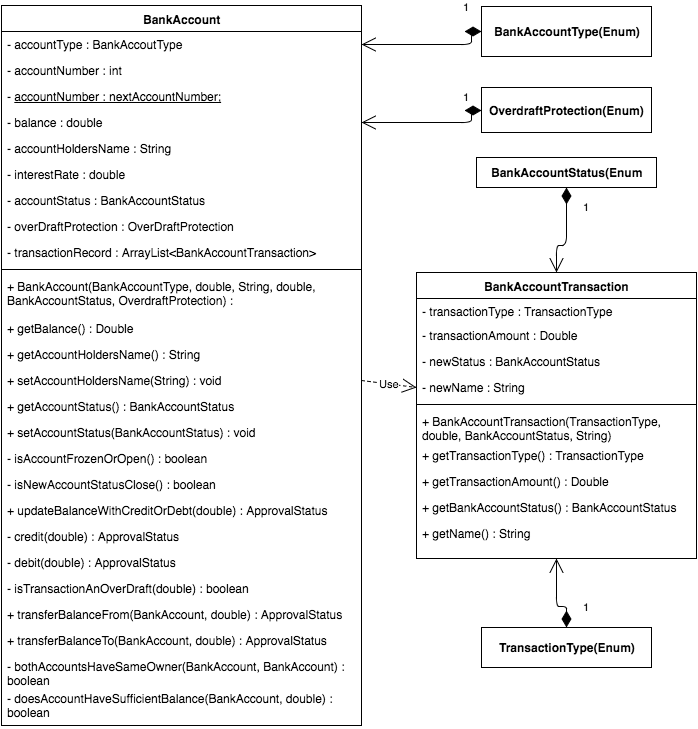
Above: AccessControlLab.png in Zipcoder/CR-MesoLabs-OOP-BankAccountManager (draw.io), before the change. Source tidied: cells renumbered, new cells last; positions are measured from the earlier drawing's top-left corner, leaving out a move shared by most shapes. Its diagram source:
```xml
<mxGraphModel>
  <root>
    <mxCell id="0" />
    <mxCell id="1" parent="0" />
    <mxCell id="2" value="&lt;b&gt;AprovalStatus(Enum)&lt;/b&gt;" style="html=1;" parent="1" vertex="1">
      <mxGeometry x="510" y="418" width="160" height="30" as="geometry" />
    </mxCell>
    <mxCell id="3" value="&lt;b&gt;BankAccountStatus(Enum&lt;/b&gt;" style="html=1;" parent="1" vertex="1">
      <mxGeometry x="475" y="152" width="180" height="30" as="geometry" />
    </mxCell>
    <mxCell id="4" value="&lt;b&gt;BankAccountType(Enum)&lt;/b&gt;" style="html=1;" parent="1" vertex="1">
      <mxGeometry x="480" y="1" width="170" height="50" as="geometry" />
    </mxCell>
    <mxCell id="5" value="&lt;b&gt;TransactionType(Enum)&lt;/b&gt;" style="html=1;" parent="1" vertex="1">
      <mxGeometry x="480" y="622" width="170" height="40" as="geometry" />
    </mxCell>
    <mxCell id="6" value="BankAccountTransaction" style="swimlane;html=1;fontStyle=1;align=center;verticalAlign=top;horizontal=1;startSize=26;swimlaneFillColor=#ffffff;" parent="1" vertex="1">
      <mxGeometry x="415" y="267" width="280" height="286" as="geometry" />
    </mxCell>
    <mxCell id="7" value="- transactionType : TransactionType" style="text;html=1;strokeColor=none;fillColor=none;align=left;verticalAlign=top;spacingLeft=4;spacingRight=4;whiteSpace=wrap;overflow=hidden;" parent="6" vertex="1">
      <mxGeometry y="26" width="280" height="24" as="geometry" />
    </mxCell>
    <mxCell id="8" value="- transactionAmount : Double" style="text;html=1;strokeColor=none;fillColor=none;align=left;verticalAlign=top;spacingLeft=4;spacingRight=4;whiteSpace=wrap;overflow=hidden;" parent="6" vertex="1">
      <mxGeometry y="50" width="280" height="26" as="geometry" />
    </mxCell>
    <mxCell id="9" value="- newStatus : BankAccountStatus" style="text;html=1;strokeColor=none;fillColor=none;align=left;verticalAlign=top;spacingLeft=4;spacingRight=4;whiteSpace=wrap;overflow=hidden;" parent="6" vertex="1">
      <mxGeometry y="76" width="280" height="26" as="geometry" />
    </mxCell>
    <mxCell id="10" value="- newName : String" style="text;html=1;strokeColor=none;fillColor=none;align=left;verticalAlign=top;spacingLeft=4;spacingRight=4;whiteSpace=wrap;overflow=hidden;points=[[0,0.5],[1,0.5]];portConstraint=eastwest;" parent="6" vertex="1">
      <mxGeometry y="102" width="280" height="26" as="geometry" />
    </mxCell>
    <mxCell id="11" style="line;html=1;strokeWidth=1;fillColor=none;align=left;verticalAlign=middle;spacingTop=-1;spacingLeft=3;spacingRight=3;labelPosition=right;" parent="6" vertex="1">
      <mxGeometry y="128" width="280" height="8" as="geometry" />
    </mxCell>
    <mxCell id="12" value="+ BankAccountTransaction(TransactionType, double, BankAccountStatus, String)" style="text;html=1;strokeColor=none;fillColor=none;align=left;verticalAlign=top;spacingLeft=4;spacingRight=4;whiteSpace=wrap;overflow=hidden;" parent="6" vertex="1">
      <mxGeometry y="136" width="280" height="34" as="geometry" />
    </mxCell>
    <mxCell id="13" value="+ getTransactionType() : TransactionType" style="text;html=1;strokeColor=none;fillColor=none;align=left;verticalAlign=top;spacingLeft=4;spacingRight=4;whiteSpace=wrap;overflow=hidden;" parent="6" vertex="1">
      <mxGeometry y="170" width="280" height="26" as="geometry" />
    </mxCell>
    <mxCell id="14" value="+ getTransactionAmount() : Double" style="text;html=1;strokeColor=none;fillColor=none;align=left;verticalAlign=top;spacingLeft=4;spacingRight=4;whiteSpace=wrap;overflow=hidden;" parent="6" vertex="1">
      <mxGeometry y="196" width="280" height="26" as="geometry" />
    </mxCell>
    <mxCell id="15" value="+ getBankAccountStatus() : BankAccountStatus" style="text;html=1;strokeColor=none;fillColor=none;align=left;verticalAlign=top;spacingLeft=4;spacingRight=4;whiteSpace=wrap;overflow=hidden;" parent="6" vertex="1">
      <mxGeometry y="222" width="280" height="26" as="geometry" />
    </mxCell>
    <mxCell id="16" value="+ getName() : String" style="text;html=1;strokeColor=none;fillColor=none;align=left;verticalAlign=top;spacingLeft=4;spacingRight=4;whiteSpace=wrap;overflow=hidden;" parent="6" vertex="1">
      <mxGeometry y="248" width="280" height="26" as="geometry" />
    </mxCell>
    <mxCell id="17" value="&lt;b&gt;OverdraftProtection(Enum)&lt;/b&gt;" style="html=1;" parent="1" vertex="1">
      <mxGeometry x="480" y="82" width="170" height="45" as="geometry" />
    </mxCell>
    <mxCell id="18" value="BankAccount" style="swimlane;html=1;fontStyle=1;align=center;verticalAlign=top;horizontal=1;startSize=26;swimlaneFillColor=#ffffff;" parent="1" vertex="1">
      <mxGeometry width="360" height="720" as="geometry" />
    </mxCell>
    <mxCell id="19" value="- accountType : BankAccoutType" style="text;html=1;strokeColor=none;fillColor=none;align=left;verticalAlign=top;spacingLeft=4;spacingRight=4;whiteSpace=wrap;overflow=hidden;points=[[0,0.5],[1,0.5]];portConstraint=eastwest;" parent="18" vertex="1">
      <mxGeometry y="26" width="360" height="26" as="geometry" />
    </mxCell>
    <mxCell id="20" value="- accountNumber : int" style="text;html=1;strokeColor=none;fillColor=none;align=left;verticalAlign=top;spacingLeft=4;spacingRight=4;whiteSpace=wrap;overflow=hidden;" parent="18" vertex="1">
      <mxGeometry y="52" width="360" height="26" as="geometry" />
    </mxCell>
    <mxCell id="21" value="- &lt;u&gt;accountNumber : nextAccountNumber;&lt;/u&gt;&lt;div&gt;&lt;u&gt;&lt;br&gt;&lt;/u&gt;&lt;/div&gt;" style="text;html=1;strokeColor=none;fillColor=none;align=left;verticalAlign=top;spacingLeft=4;spacingRight=4;whiteSpace=wrap;overflow=hidden;" parent="18" vertex="1">
      <mxGeometry y="78" width="360" height="26" as="geometry" />
    </mxCell>
    <mxCell id="22" value="- balance : double" style="text;html=1;strokeColor=none;fillColor=none;align=left;verticalAlign=top;spacingLeft=4;spacingRight=4;whiteSpace=wrap;overflow=hidden;points=[[0,0.5],[1,0.5]];portConstraint=eastwest;" parent="18" vertex="1">
      <mxGeometry y="104" width="360" height="26" as="geometry" />
    </mxCell>
    <mxCell id="23" value="- accountHoldersName : String" style="text;html=1;strokeColor=none;fillColor=none;align=left;verticalAlign=top;spacingLeft=4;spacingRight=4;whiteSpace=wrap;overflow=hidden;" parent="18" vertex="1">
      <mxGeometry y="130" width="360" height="26" as="geometry" />
    </mxCell>
    <mxCell id="24" value="- interestRate : double" style="text;html=1;strokeColor=none;fillColor=none;align=left;verticalAlign=top;spacingLeft=4;spacingRight=4;whiteSpace=wrap;overflow=hidden;" parent="18" vertex="1">
      <mxGeometry y="156" width="360" height="26" as="geometry" />
    </mxCell>
    <mxCell id="25" value="- accountStatus : BankAccountStatus" style="text;html=1;strokeColor=none;fillColor=none;align=left;verticalAlign=top;spacingLeft=4;spacingRight=4;whiteSpace=wrap;overflow=hidden;points=[[0,0.5],[1,0.5]];portConstraint=eastwest;" parent="18" vertex="1">
      <mxGeometry y="182" width="360" height="26" as="geometry" />
    </mxCell>
    <mxCell id="26" value="- overDraftProtection : OverDraftProtection" style="text;html=1;strokeColor=none;fillColor=none;align=left;verticalAlign=top;spacingLeft=4;spacingRight=4;whiteSpace=wrap;overflow=hidden;" parent="18" vertex="1">
      <mxGeometry y="208" width="360" height="26" as="geometry" />
    </mxCell>
    <mxCell id="27" value="- transactionRecord : ArrayList&amp;lt;BankAccountTransaction&amp;gt;" style="text;html=1;strokeColor=none;fillColor=none;align=left;verticalAlign=top;spacingLeft=4;spacingRight=4;whiteSpace=wrap;overflow=hidden;" parent="18" vertex="1">
      <mxGeometry y="234" width="360" height="26" as="geometry" />
    </mxCell>
    <mxCell id="28" style="line;html=1;strokeWidth=1;fillColor=none;align=left;verticalAlign=middle;spacingTop=-1;spacingLeft=3;spacingRight=3;labelPosition=right;" parent="18" vertex="1">
      <mxGeometry y="260" width="360" height="8" as="geometry" />
    </mxCell>
    <mxCell id="29" value="+ BankAccount(BankAccountType, double, String, double, BankAccountStatus, OverdraftProtection) :&amp;nbsp;" style="text;html=1;strokeColor=none;fillColor=none;align=left;verticalAlign=top;spacingLeft=4;spacingRight=4;whiteSpace=wrap;overflow=hidden;" parent="18" vertex="1">
      <mxGeometry y="268" width="360" height="42" as="geometry" />
    </mxCell>
    <mxCell id="30" value="+ getBalance() : Double" style="text;html=1;strokeColor=none;fillColor=none;align=left;verticalAlign=top;spacingLeft=4;spacingRight=4;whiteSpace=wrap;overflow=hidden;" parent="18" vertex="1">
      <mxGeometry y="310" width="360" height="26" as="geometry" />
    </mxCell>
    <mxCell id="31" value="+ getAccountHoldersName() : String" style="text;html=1;strokeColor=none;fillColor=none;align=left;verticalAlign=top;spacingLeft=4;spacingRight=4;whiteSpace=wrap;overflow=hidden;" parent="18" vertex="1">
      <mxGeometry y="336" width="360" height="26" as="geometry" />
    </mxCell>
    <mxCell id="32" value="+ setAccountHoldersName(String) : void" style="text;html=1;strokeColor=none;fillColor=none;align=left;verticalAlign=top;spacingLeft=4;spacingRight=4;whiteSpace=wrap;overflow=hidden;points=[[0,0.5],[1,0.5]];portConstraint=eastwest;" parent="18" vertex="1">
      <mxGeometry y="362" width="360" height="26" as="geometry" />
    </mxCell>
    <mxCell id="33" value="+ getAccountStatus() : BankAccountStatus" style="text;html=1;strokeColor=none;fillColor=none;align=left;verticalAlign=top;spacingLeft=4;spacingRight=4;whiteSpace=wrap;overflow=hidden;" parent="18" vertex="1">
      <mxGeometry y="388" width="360" height="26" as="geometry" />
    </mxCell>
    <mxCell id="34" value="+ setAccountStatus(BankAccountStatus) : void" style="text;html=1;strokeColor=none;fillColor=none;align=left;verticalAlign=top;spacingLeft=4;spacingRight=4;whiteSpace=wrap;overflow=hidden;" parent="18" vertex="1">
      <mxGeometry y="414" width="360" height="26" as="geometry" />
    </mxCell>
    <mxCell id="35" value="- isAccountFrozenOrOpen() : boolean" style="text;html=1;strokeColor=none;fillColor=none;align=left;verticalAlign=top;spacingLeft=4;spacingRight=4;whiteSpace=wrap;overflow=hidden;" parent="18" vertex="1">
      <mxGeometry y="440" width="360" height="26" as="geometry" />
    </mxCell>
    <mxCell id="36" value="- isNewAccountStatusClose() : boolean" style="text;html=1;strokeColor=none;fillColor=none;align=left;verticalAlign=top;spacingLeft=4;spacingRight=4;whiteSpace=wrap;overflow=hidden;" parent="18" vertex="1">
      <mxGeometry y="466" width="360" height="26" as="geometry" />
    </mxCell>
    <mxCell id="37" value="+ updateBalanceWithCreditOrDebt(double) : ApprovalStatus" style="text;html=1;strokeColor=none;fillColor=none;align=left;verticalAlign=top;spacingLeft=4;spacingRight=4;whiteSpace=wrap;overflow=hidden;" parent="18" vertex="1">
      <mxGeometry y="492" width="360" height="26" as="geometry" />
    </mxCell>
    <mxCell id="38" value="- credit(double) : ApprovalStatus" style="text;html=1;strokeColor=none;fillColor=none;align=left;verticalAlign=top;spacingLeft=4;spacingRight=4;whiteSpace=wrap;overflow=hidden;" parent="18" vertex="1">
      <mxGeometry y="518" width="360" height="26" as="geometry" />
    </mxCell>
    <mxCell id="39" value="- debit(double) : ApprovalStatus" style="text;html=1;strokeColor=none;fillColor=none;align=left;verticalAlign=top;spacingLeft=4;spacingRight=4;whiteSpace=wrap;overflow=hidden;" parent="18" vertex="1">
      <mxGeometry y="544" width="360" height="26" as="geometry" />
    </mxCell>
    <mxCell id="40" value="- isTransactionAnOverDraft(double) : boolean" style="text;html=1;strokeColor=none;fillColor=none;align=left;verticalAlign=top;spacingLeft=4;spacingRight=4;whiteSpace=wrap;overflow=hidden;" parent="18" vertex="1">
      <mxGeometry y="570" width="360" height="26" as="geometry" />
    </mxCell>
    <mxCell id="41" value="+ transferBalanceFrom(BankAccount, double) : ApprovalStatus" style="text;html=1;strokeColor=none;fillColor=none;align=left;verticalAlign=top;spacingLeft=4;spacingRight=4;whiteSpace=wrap;overflow=hidden;" parent="18" vertex="1">
      <mxGeometry y="596" width="360" height="26" as="geometry" />
    </mxCell>
    <mxCell id="42" value="+ transferBalanceTo(BankAccount, double) : ApprovalStatus" style="text;html=1;strokeColor=none;fillColor=none;align=left;verticalAlign=top;spacingLeft=4;spacingRight=4;whiteSpace=wrap;overflow=hidden;" parent="18" vertex="1">
      <mxGeometry y="622" width="360" height="26" as="geometry" />
    </mxCell>
    <mxCell id="43" value="- bothAccountsHaveSameOwner(BankAccount, BankAccount) : boolean" style="text;html=1;strokeColor=none;fillColor=none;align=left;verticalAlign=top;spacingLeft=4;spacingRight=4;whiteSpace=wrap;overflow=hidden;" parent="18" vertex="1">
      <mxGeometry y="648" width="360" height="32" as="geometry" />
    </mxCell>
    <mxCell id="44" value="- doesAccountHaveSufficientBalance(BankAccount, double) : boolean" style="text;html=1;strokeColor=none;fillColor=none;align=left;verticalAlign=top;spacingLeft=4;spacingRight=4;whiteSpace=wrap;overflow=hidden;" parent="18" vertex="1">
      <mxGeometry y="680" width="360" height="40" as="geometry" />
    </mxCell>
    <mxCell id="45" value="1" style="endArrow=open;html=1;endSize=12;startArrow=diamondThin;startSize=14;startFill=1;edgeStyle=orthogonalEdgeStyle;align=left;verticalAlign=bottom;exitX=0;exitY=0.5;entryX=1;entryY=0.5;" parent="1" edge="1" source="4" target="19">
      <mxGeometry x="-0.85" y="-19" relative="1" as="geometry">
        <Array as="points">
          <mxPoint x="470" y="26" />
          <mxPoint x="470" y="39" />
        </Array>
        <mxPoint x="9" y="-16" as="offset" />
      </mxGeometry>
    </mxCell>
    <mxCell id="46" value="1" style="endArrow=open;html=1;endSize=12;startArrow=diamondThin;startSize=14;startFill=1;edgeStyle=orthogonalEdgeStyle;align=left;verticalAlign=bottom;exitX=0;exitY=0.5;entryX=1;entryY=0.5;" parent="1" edge="1" source="17" target="22">
      <mxGeometry x="-0.85" y="-11" relative="1" as="geometry">
        <Array as="points">
          <mxPoint x="470" y="105" />
          <mxPoint x="470" y="117" />
        </Array>
        <mxPoint x="1" y="-5" as="offset" />
      </mxGeometry>
    </mxCell>
    <mxCell id="47" value="1" style="endArrow=open;html=1;endSize=12;startArrow=diamondThin;startSize=14;startFill=1;edgeStyle=orthogonalEdgeStyle;align=left;verticalAlign=bottom;exitX=0.5;exitY=1;entryX=0.5;entryY=0;" parent="1" edge="1" source="3" target="6">
      <mxGeometry x="-0.41" y="15" relative="1" as="geometry">
        <Array as="points">
          <mxPoint x="565" y="240" />
          <mxPoint x="555" y="240" />
        </Array>
      </mxGeometry>
    </mxCell>
    <mxCell id="48" value="Use" style="endArrow=open;endSize=12;dashed=1;html=1;entryX=0;entryY=0.5;exitX=1;exitY=0.5;" parent="1" edge="1" source="32" target="10">
      <mxGeometry relative="1" as="geometry" />
    </mxCell>
    <mxCell id="49" value="1" style="endArrow=open;html=1;endSize=12;startArrow=diamondThin;startSize=14;startFill=1;edgeStyle=orthogonalEdgeStyle;align=left;verticalAlign=bottom;exitX=0.5;exitY=0;entryX=0.5;entryY=1;" parent="1" edge="1" source="5" target="6">
      <mxGeometry x="-0.7" y="-15" relative="1" as="geometry">
        <Array as="points">
          <mxPoint x="565" y="601" />
          <mxPoint x="555" y="601" />
        </Array>
      </mxGeometry>
    </mxCell>
  </root>
</mxGraphModel>
```
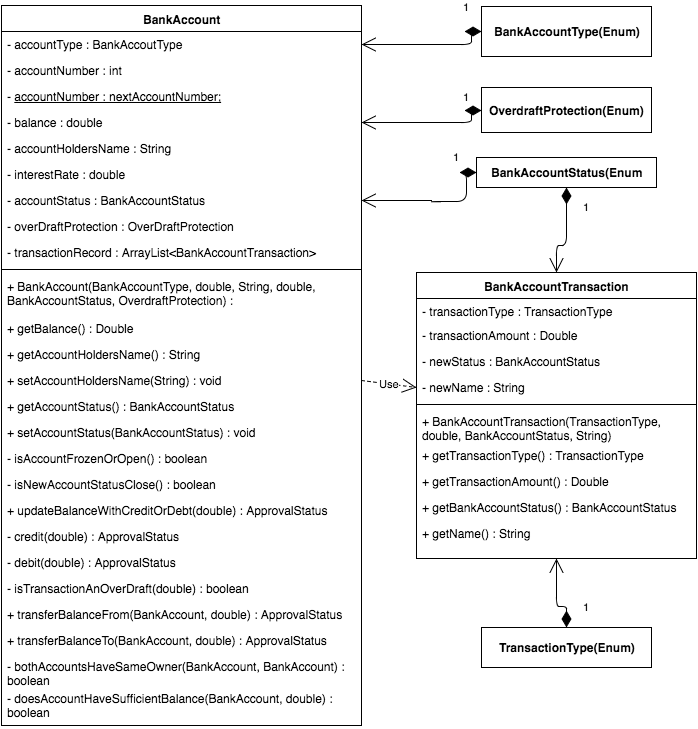
After the commit.

Diff of the diagram source:
```diff
@@ -168,5 +168,16 @@
         </Array>
       </mxGeometry>
     </mxCell>
+    <mxCell id="50" value="1" style="endArrow=open;html=1;endSize=12;startArrow=diamondThin;startSize=14;startFill=1;edgeStyle=orthogonalEdgeStyle;align=left;verticalAlign=bottom;exitX=0;exitY=0.5;entryX=1;entryY=0.5;" parent="1" edge="1" source="3" target="25">
+      <mxGeometry x="-0.86" y="-17" relative="1" as="geometry">
+        <Array as="points">
+          <mxPoint x="465" y="167" />
+          <mxPoint x="465" y="196" />
+          <mxPoint x="430" y="196" />
+          <mxPoint x="430" y="195" />
+        </Array>
+        <mxPoint x="2" y="-7" as="offset" />
+      </mxGeometry>
+    </mxCell>
   </root>
 </mxGraphModel>
```
